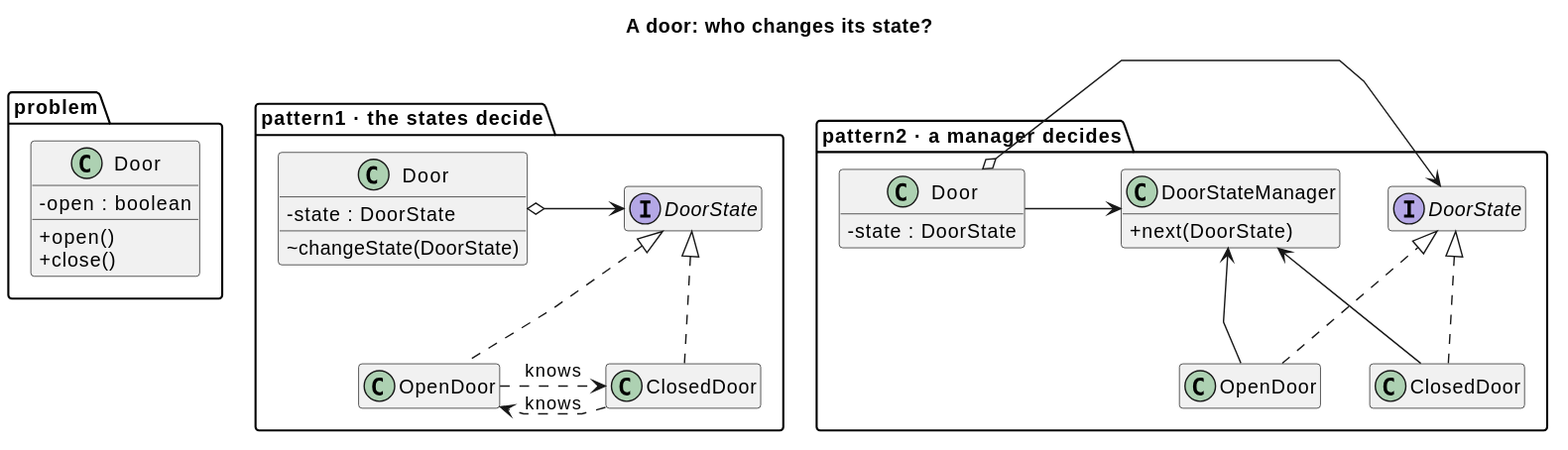
Earlier version of the PlantUML export src/main/java/dev/kaldiroglu/dp/behavioral/state/door/uml/State - Door - Class Diagram.svg (kaldiroglu/DesignPatternsWithJava).
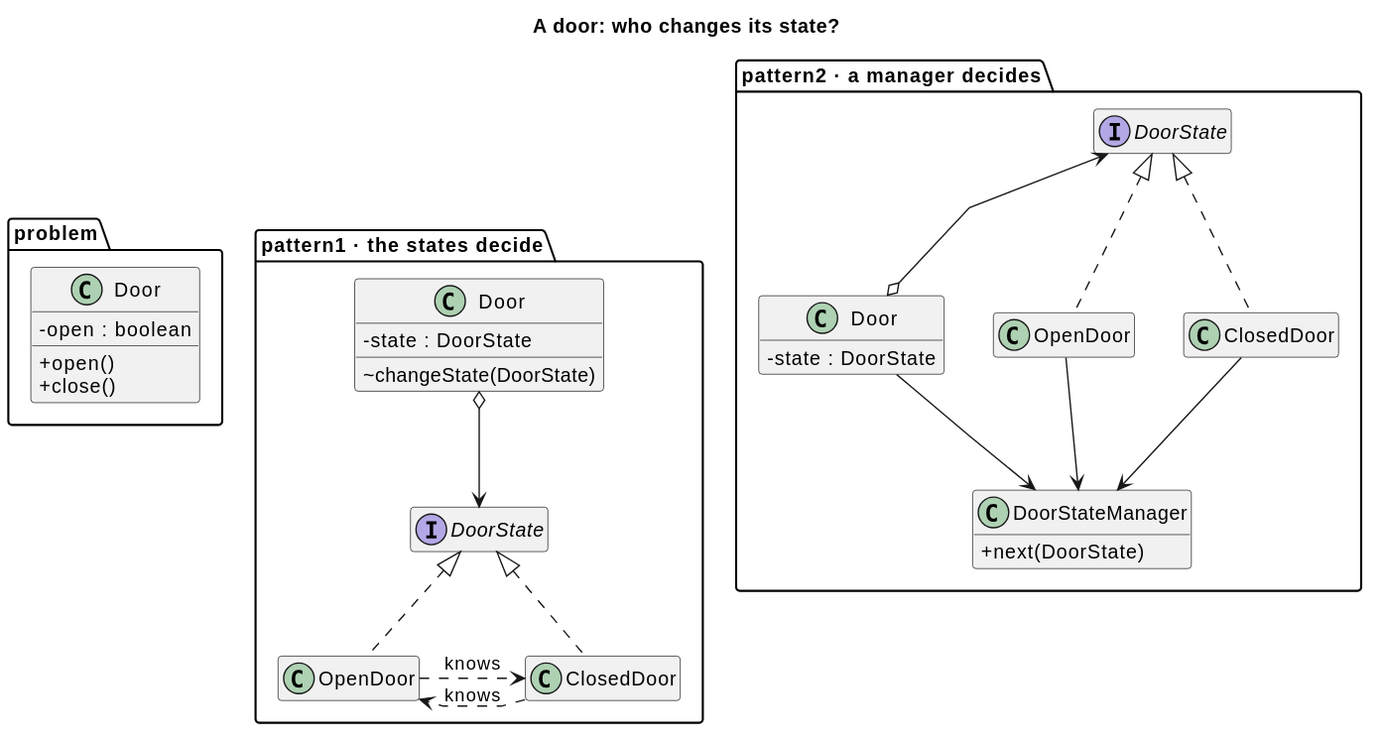
After the change.

The edit, as a diff of the source:
```diff
@@ -35,13 +35,13 @@
   S2 <|.. O2
   S2 <|.. C2
 }
-D0 -[hidden]right- D1
-D1 -[hidden]right- D2
-  D1 o-[norank]-> S1
+  D1 o--> S1
   O1 .[norank].> C1 : knows
   C1 .[norank].> O1 : knows
   D2 o-[norank]-> S2
-  D2 -[norank]-> DoorStateManager
+  D2 --> DoorStateManager
   O2 -[norank]-> DoorStateManager
-  C2 -[norank]-> DoorStateManager
+  C2 --> DoorStateManager
+D0 -[hidden]right- D1
+D1 -[hidden]right- D2
 @enduml
```
